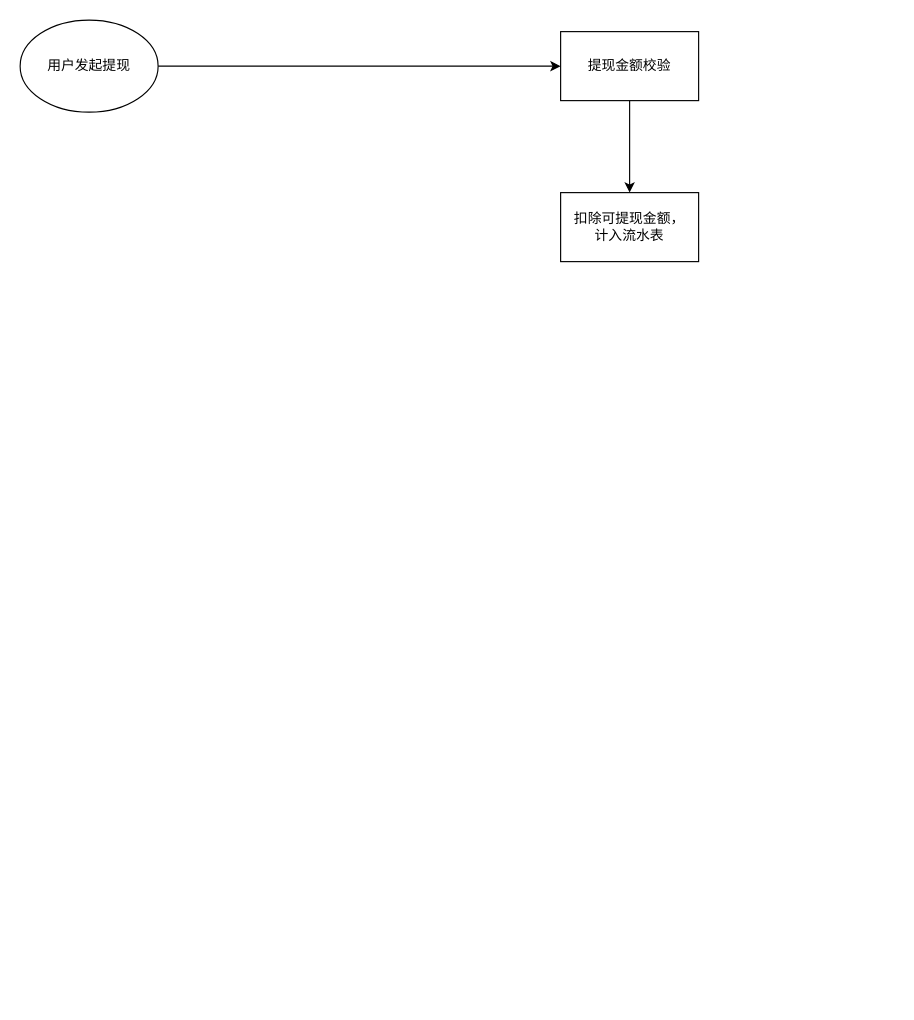
The draw.io diagram 杨妈二期分销员模块-提现流程图.drawio in dingchengyungit/drawio, before the edit. Source tidied: cells renumbered, new cells numbered last; positions are measured from the earlier drawing's top-left corner, leaving out a move shared by most shapes. Both pictures are drawn from the tidied source at 115%, with x=0, y=0 at pixel (20, 20).
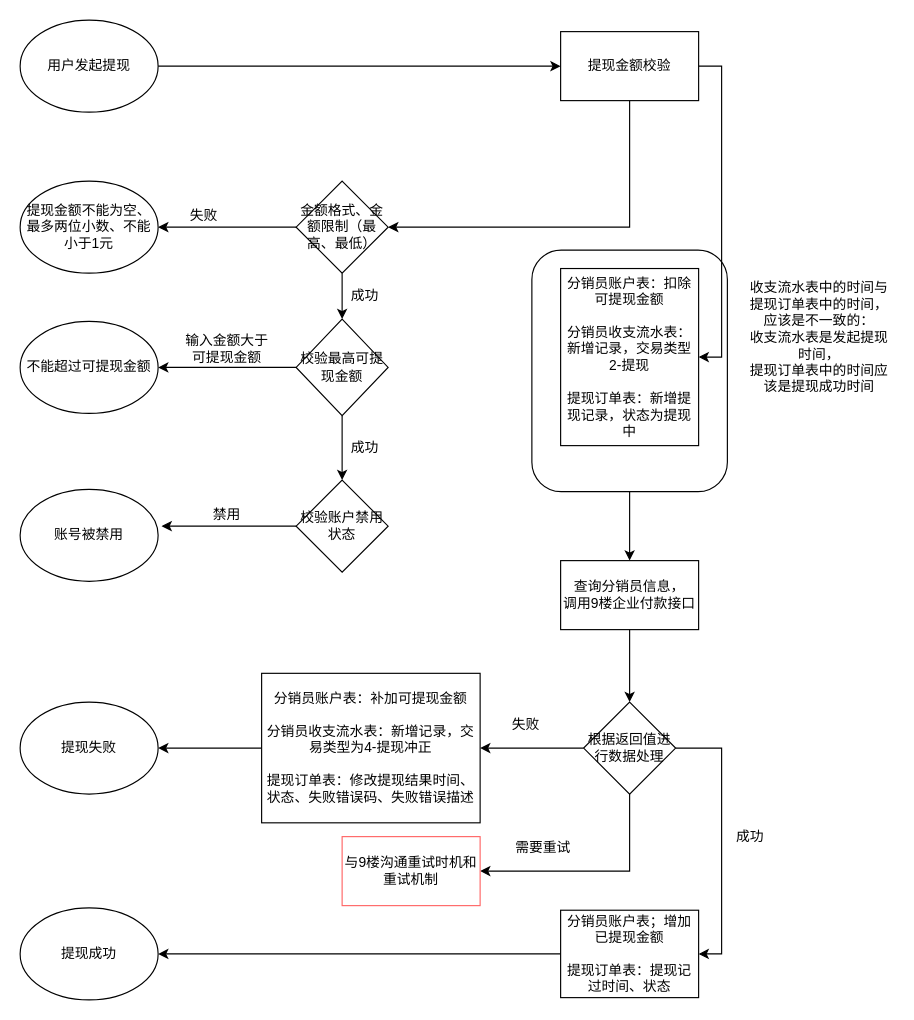
Above is the later version.

Commit message:
更新杨妈二期分销员模块-提现流程图.drawio

Unchanged cells that the change refers to:
```xml
<mxCell id="5" value="提现金额校验" style="rounded=0;whiteSpace=wrap;html=1;" parent="1" vertex="1">
  <mxGeometry x="470" y="10" width="120" height="60" as="geometry" />
</mxCell>
```

The edit, as a diff of the source:
```diff
@@
+    <mxCell id="7" style="edgeStyle=orthogonalEdgeStyle;rounded=0;jettySize=auto;html=1;entryX=0.5;entryY=0;entryDx=0;entryDy=0;" parent="1" edge="1" source="8" target="27">
+      <mxGeometry relative="1" as="geometry" />
+    </mxCell>
+    <mxCell id="8" style="rounded=1;whiteSpace=wrap;html=1;" parent="1" vertex="1">
+      <mxGeometry x="445" y="200" width="170" height="210" as="geometry" />
+    </mxCell>
@@
-    <mxCell id="4" style="edgeStyle=orthogonalEdgeStyle;rounded=0;jettySize=auto;html=1;" parent="1" edge="1" source="5" target="6">
+    <mxCell id="4" style="edgeStyle=orthogonalEdgeStyle;rounded=0;jettySize=auto;html=1;exitX=1;exitY=0.5;exitDx=0;exitDy=0;entryX=1;entryY=0.5;entryDx=0;entryDy=0;" parent="1" edge="1" source="5" target="6">
       <mxGeometry relative="1" as="geometry" />
     </mxCell>
+    <mxCell id="9" style="edgeStyle=orthogonalEdgeStyle;rounded=0;jettySize=auto;html=1;entryX=1;entryY=0.5;entryDx=0;entryDy=0;exitX=0.5;exitY=1;exitDx=0;exitDy=0;" parent="1" edge="1" source="5" target="12">
+      <mxGeometry relative="1" as="geometry" />
+    </mxCell>
@@
-    <mxCell id="6" value="扣除可提现金额，&lt;br&gt;计入流水表" style="rounded=0;whiteSpace=wrap;html=1;" parent="1" vertex="1">
-      <mxGeometry x="470" y="150" width="120" height="60" as="geometry" />
+    <mxCell id="6" value="分销员账户表：扣除可提现金额&lt;br&gt;&lt;br&gt;分销员收支流水表：新增记录，交易类型 2-提现&lt;br&gt;&lt;br&gt;提现订单表：新增提现记录，状态为提现中" style="rounded=0;whiteSpace=wrap;html=1;" parent="1" vertex="1">
+      <mxGeometry x="470" y="216" width="120" height="154" as="geometry" />
     </mxCell>
+    <mxCell id="10" style="edgeStyle=orthogonalEdgeStyle;rounded=0;jettySize=auto;html=1;entryX=1;entryY=0.5;entryDx=0;entryDy=0;" parent="1" edge="1" source="12" target="15">
+      <mxGeometry relative="1" as="geometry" />
+    </mxCell>
+    <mxCell id="11" style="edgeStyle=orthogonalEdgeStyle;rounded=0;jettySize=auto;html=1;entryX=0.5;entryY=0;entryDx=0;entryDy=0;" parent="1" edge="1" source="12" target="22">
+      <mxGeometry relative="1" as="geometry" />
+    </mxCell>
+    <mxCell id="12" value="金额格式、金额限制（最高、最低）" style="rhombus;whiteSpace=wrap;html=1;" parent="1" vertex="1">
+      <mxGeometry x="240" y="140" width="80" height="80" as="geometry" />
+    </mxCell>
+    <mxCell id="13" style="edgeStyle=orthogonalEdgeStyle;rounded=0;jettySize=auto;html=1;entryX=1.025;entryY=0.4;entryDx=0;entryDy=0;entryPerimeter=0;" parent="1" edge="1" source="14" target="16">
+      <mxGeometry relative="1" as="geometry" />
+    </mxCell>
+    <mxCell id="14" value="校验账户禁用状态" style="rhombus;whiteSpace=wrap;html=1;" parent="1" vertex="1">
+      <mxGeometry x="240" y="400" width="80" height="80" as="geometry" />
+    </mxCell>
+    <mxCell id="15" value="提现金额不能为空、最多两位小数、不能小于1元" style="ellipse;whiteSpace=wrap;html=1;" parent="1" vertex="1">
+      <mxGeometry y="140" width="120" height="80" as="geometry" />
+    </mxCell>
+    <mxCell id="16" value="账号被禁用" style="ellipse;whiteSpace=wrap;html=1;" parent="1" vertex="1">
+      <mxGeometry y="408" width="120" height="80" as="geometry" />
+    </mxCell>
+    <mxCell id="17" value="失败" style="text;html=1;strokeColor=none;fillColor=none;align=center;verticalAlign=middle;whiteSpace=wrap;rounded=0;" parent="1" vertex="1">
+      <mxGeometry x="140" y="160" width="40" height="20" as="geometry" />
+    </mxCell>
+    <mxCell id="18" value="成功" style="text;html=1;strokeColor=none;fillColor=none;align=center;verticalAlign=middle;whiteSpace=wrap;rounded=0;" parent="1" vertex="1">
+      <mxGeometry x="280" y="230" width="40" height="20" as="geometry" />
+    </mxCell>
+    <mxCell id="19" value="禁用" style="text;html=1;strokeColor=none;fillColor=none;align=center;verticalAlign=middle;whiteSpace=wrap;rounded=0;" parent="1" vertex="1">
+      <mxGeometry x="160" y="420" width="40" height="20" as="geometry" />
+    </mxCell>
+    <mxCell id="20" style="edgeStyle=orthogonalEdgeStyle;rounded=0;jettySize=auto;html=1;" parent="1" edge="1" source="22" target="23">
+      <mxGeometry relative="1" as="geometry" />
+    </mxCell>
+    <mxCell id="21" style="edgeStyle=orthogonalEdgeStyle;rounded=0;jettySize=auto;html=1;entryX=0.5;entryY=0;entryDx=0;entryDy=0;" parent="1" edge="1" source="22" target="14">
+      <mxGeometry relative="1" as="geometry" />
+    </mxCell>
+    <mxCell id="22" value="校验最高可提现金额" style="rhombus;whiteSpace=wrap;html=1;" parent="1" vertex="1">
+      <mxGeometry x="240" y="260" width="80" height="84" as="geometry" />
+    </mxCell>
+    <mxCell id="23" value="&lt;span style=&quot;white-space: normal&quot;&gt;不能超过可提现金额&lt;/span&gt;" style="ellipse;whiteSpace=wrap;html=1;" parent="1" vertex="1">
+      <mxGeometry y="262" width="120" height="80" as="geometry" />
+    </mxCell>
+    <mxCell id="24" value="输入金额大于可提现金额" style="text;html=1;strokeColor=none;fillColor=none;align=center;verticalAlign=middle;whiteSpace=wrap;rounded=0;" parent="1" vertex="1">
+      <mxGeometry x="140" y="276" width="80" height="20" as="geometry" />
+    </mxCell>
+    <mxCell id="25" value="成功" style="text;html=1;strokeColor=none;fillColor=none;align=center;verticalAlign=middle;whiteSpace=wrap;rounded=0;" parent="1" vertex="1">
+      <mxGeometry x="280" y="362" width="40" height="20" as="geometry" />
+    </mxCell>
+    <mxCell id="26" style="edgeStyle=orthogonalEdgeStyle;rounded=0;jettySize=auto;html=1;" parent="1" edge="1" source="27" target="31">
+      <mxGeometry relative="1" as="geometry" />
+    </mxCell>
+    <mxCell id="27" value="查询分销员信息，&lt;br&gt;调用9楼企业付款接口" style="rounded=0;whiteSpace=wrap;html=1;" parent="1" vertex="1">
+      <mxGeometry x="470" y="470" width="120" height="60" as="geometry" />
+    </mxCell>
+    <mxCell id="28" style="edgeStyle=orthogonalEdgeStyle;rounded=0;jettySize=auto;html=1;" parent="1" edge="1" source="31" target="33">
+      <mxGeometry relative="1" as="geometry" />
+    </mxCell>
+    <mxCell id="29" style="edgeStyle=orthogonalEdgeStyle;rounded=0;jettySize=auto;html=1;entryX=1;entryY=0.5;entryDx=0;entryDy=0;exitX=1;exitY=0.5;exitDx=0;exitDy=0;" parent="1" edge="1" source="31" target="36">
+      <mxGeometry relative="1" as="geometry" />
+    </mxCell>
+    <mxCell id="30" style="edgeStyle=orthogonalEdgeStyle;rounded=0;jettySize=auto;html=1;entryX=1;entryY=0.5;entryDx=0;entryDy=0;exitX=0.5;exitY=1;exitDx=0;exitDy=0;" parent="1" edge="1" source="31" target="37">
+      <mxGeometry relative="1" as="geometry" />
+    </mxCell>
+    <mxCell id="31" value="根据返回值进行数据处理" style="rhombus;whiteSpace=wrap;html=1;" parent="1" vertex="1">
+      <mxGeometry x="490" y="593" width="80" height="80" as="geometry" />
+    </mxCell>
+    <mxCell id="32" style="edgeStyle=orthogonalEdgeStyle;rounded=0;jettySize=auto;html=1;" parent="1" edge="1" source="33" target="41">
+      <mxGeometry relative="1" as="geometry" />
+    </mxCell>
+    <mxCell id="33" value="分销员账户表：补加可提现金额&lt;br&gt;&lt;br&gt;分销员收支流水表：新增记录，交易类型为4-提现冲正&lt;br&gt;&lt;br&gt;提现订单表：修改提现结果时间、状态、失败错误码、失败错误描述" style="rounded=0;whiteSpace=wrap;html=1;" parent="1" vertex="1">
+      <mxGeometry x="210" y="568" width="190" height="130" as="geometry" />
+    </mxCell>
+    <mxCell id="34" value="失败" style="text;html=1;strokeColor=none;fillColor=none;align=center;verticalAlign=middle;whiteSpace=wrap;rounded=0;" parent="1" vertex="1">
+      <mxGeometry x="420" y="603" width="40" height="20" as="geometry" />
+    </mxCell>
+    <mxCell id="35" style="edgeStyle=orthogonalEdgeStyle;rounded=0;jettySize=auto;html=1;entryX=1;entryY=0.5;entryDx=0;entryDy=0;" parent="1" edge="1" source="36" target="40">
+      <mxGeometry relative="1" as="geometry" />
+    </mxCell>
+    <mxCell id="36" value="分销员账户表；增加已提现金额&lt;br&gt;&lt;br&gt;提现订单表：提现记过时间、状态" style="rounded=0;whiteSpace=wrap;html=1;" parent="1" vertex="1">
+      <mxGeometry x="470" y="774" width="120" height="76" as="geometry" />
+    </mxCell>
+    <mxCell id="37" value="与9楼沟通重试时机和重试机制" style="rounded=0;whiteSpace=wrap;html=1;strokeColor=#FF6666;" parent="1" vertex="1">
+      <mxGeometry x="280" y="710" width="120" height="60" as="geometry" />
+    </mxCell>
+    <mxCell id="38" value="需要重试" style="text;html=1;strokeColor=none;fillColor=none;align=center;verticalAlign=middle;whiteSpace=wrap;rounded=0;" parent="1" vertex="1">
+      <mxGeometry x="430" y="710" width="50" height="20" as="geometry" />
+    </mxCell>
+    <mxCell id="39" value="成功" style="text;html=1;strokeColor=none;fillColor=none;align=center;verticalAlign=middle;whiteSpace=wrap;rounded=0;" parent="1" vertex="1">
+      <mxGeometry x="615" y="700" width="40" height="20" as="geometry" />
+    </mxCell>
+    <mxCell id="40" value="提现成功" style="ellipse;whiteSpace=wrap;html=1;strokeColor=#000000;" parent="1" vertex="1">
+      <mxGeometry y="772" width="120" height="80" as="geometry" />
+    </mxCell>
+    <mxCell id="41" value="提现失败" style="ellipse;whiteSpace=wrap;html=1;strokeColor=#000000;" parent="1" vertex="1">
+      <mxGeometry y="593" width="120" height="80" as="geometry" />
+    </mxCell>
+    <mxCell id="42" value="收支流水表中的时间与提现订单表中的时间，应该是不一致的：&lt;br&gt;收支流水表是发起提现时间，&lt;br&gt;提现订单表中的时间应该是提现成功时间" style="text;html=1;strokeColor=none;fillColor=none;align=center;verticalAlign=middle;whiteSpace=wrap;rounded=0;" parent="1" vertex="1">
+      <mxGeometry x="630" y="204" width="130" height="144" as="geometry" />
+    </mxCell>
```
